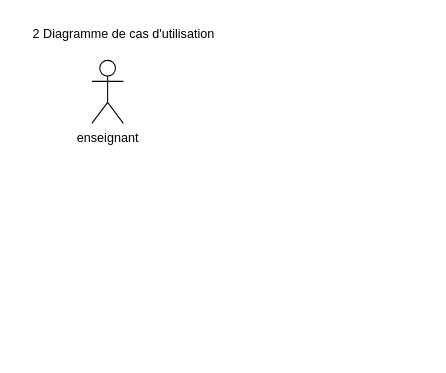
Above: cours/R2.01b/RévisionR2.01b.drawio in Nereoll/draw.io (draw.io), before the change. Source tidied: cells renumbered, new cells numbered last; positions are measured from the earlier drawing's top-left corner, leaving out a move shared by most shapes. Both pictures are drawn from the tidied source at 105%, with x=0, y=0 at pixel (18, 18).
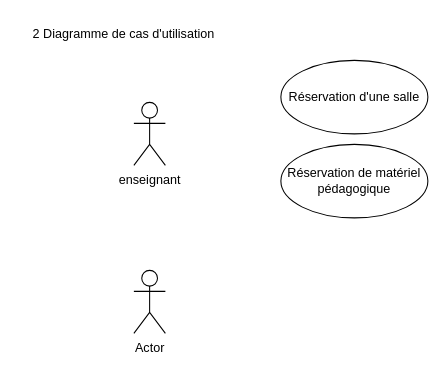
After the change.

Commit message (it also covers changes not shown here):
Mettre à jour RévisionR2.01b.drawio

The edit, as a diff of the source:
```diff
@@
 <mxGraphModel>
   <root>
     <mxCell id="0" />
     <mxCell id="1" parent="0" />
     <mxCell id="2" value="&lt;div&gt;enseignant&lt;/div&gt;&lt;div&gt;&lt;br&gt;&lt;/div&gt;" style="shape=umlActor;verticalLabelPosition=bottom;verticalAlign=top;html=1;" parent="1" vertex="1">
-      <mxGeometry x="70" y="40" width="30" height="60" as="geometry" />
+      <mxGeometry x="110" y="80" width="30" height="60" as="geometry" />
     </mxCell>
     <mxCell id="3" value="2 Diagramme de cas d'utilisation" style="text;html=1;align=center;verticalAlign=middle;strokeColor=none;fillColor=none;" parent="1" vertex="1">
       <mxGeometry width="200" height="30" as="geometry" />
     </mxCell>
+    <mxCell id="4" value="Réservation d'une salle" style="ellipse;whiteSpace=wrap;html=1;" parent="1" vertex="1">
+      <mxGeometry x="250" y="40" width="140" height="70" as="geometry" />
+    </mxCell>
+    <mxCell id="5" value="Réservation de matériel pédagogique" style="ellipse;whiteSpace=wrap;html=1;" parent="1" vertex="1">
+      <mxGeometry x="250" y="120" width="140" height="70" as="geometry" />
+    </mxCell>
+    <mxCell id="6" value="Actor" style="shape=umlActor;verticalLabelPosition=bottom;verticalAlign=top;html=1;" parent="1" vertex="1">
+      <mxGeometry x="110" y="240" width="30" height="60" as="geometry" />
+    </mxCell>
   </root>
 </mxGraphModel>
```
